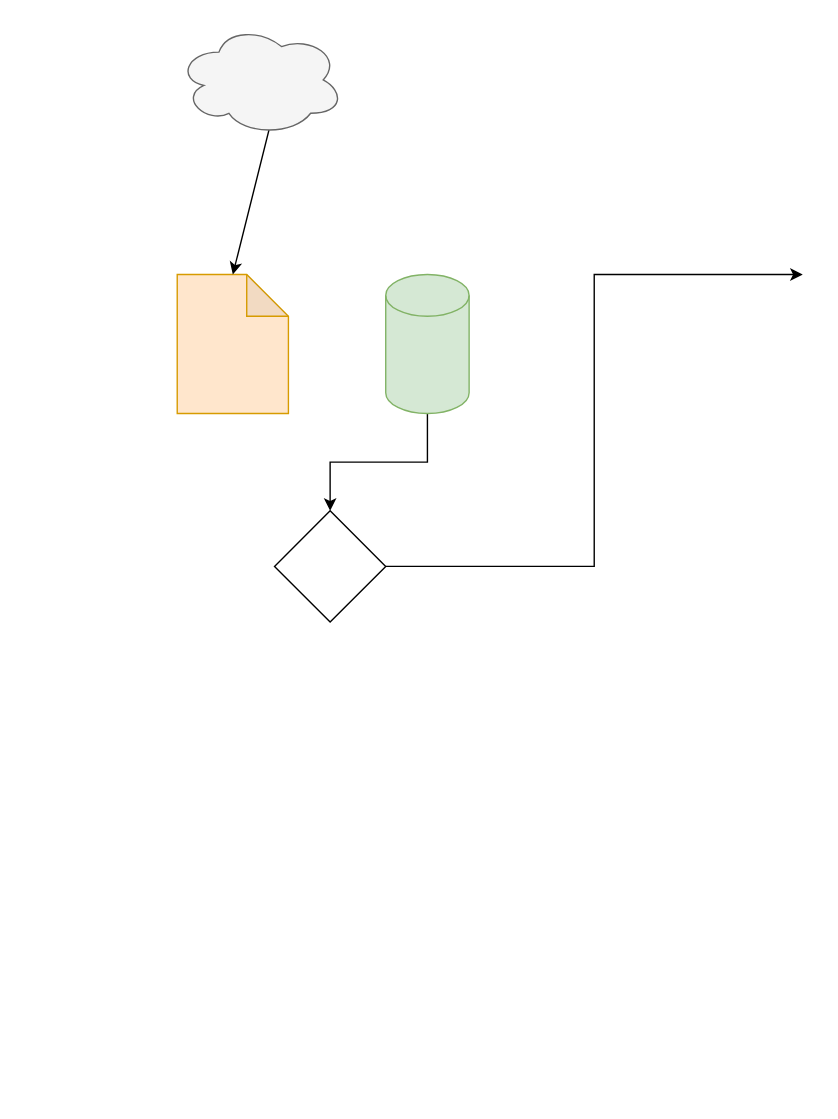
The draw.io diagram Untitled Diagram.drawio in xu-xy/myblog, before the edit. Source tidied: cells renumbered, new cells numbered last; positions are measured from the earlier drawing's top-left corner, leaving out a move shared by most shapes. Both pictures are drawn from the tidied source at 139%, with x=0, y=0 at pixel (177, 24).
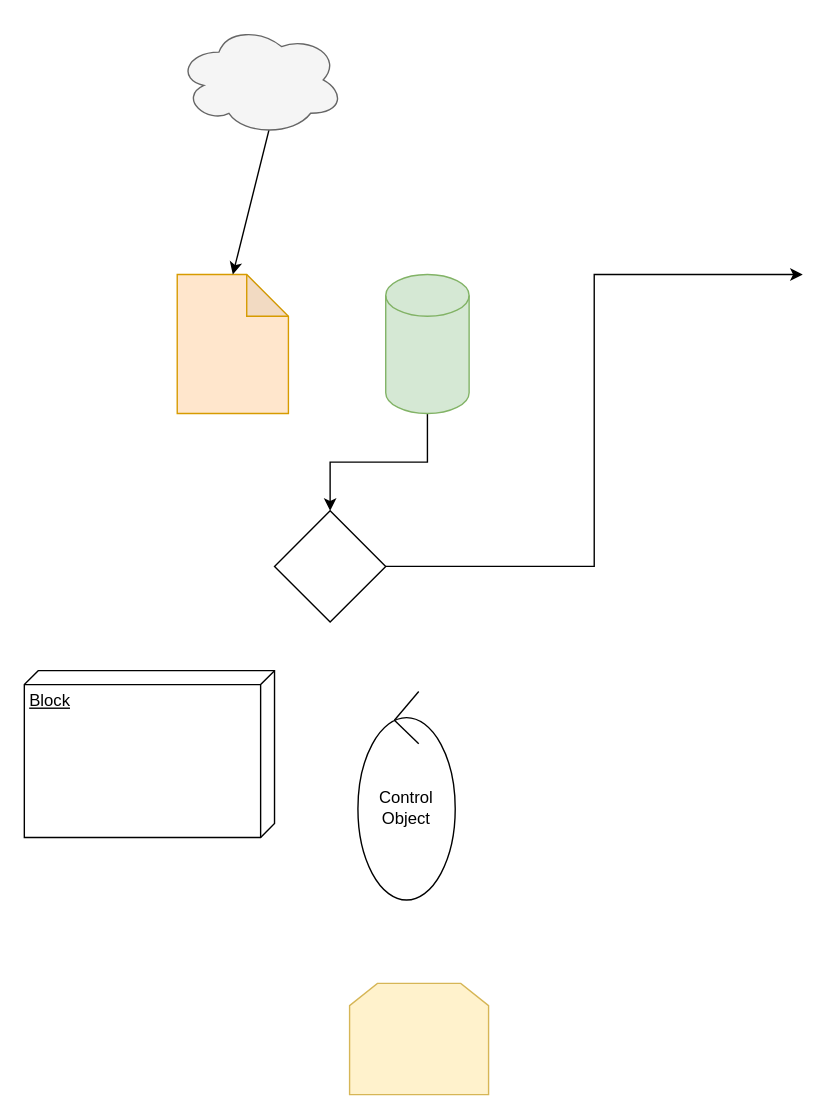
After the change.

The edit, as a diff of the source:
```diff
@@
 <mxGraphModel>
   <root>
     <mxCell id="0" />
     <mxCell id="1" parent="0" />
     <mxCell id="2" style="shape=note;whiteSpace=wrap;html=1;backgroundOutline=1;darkOpacity=0.05;fillColor=#ffe6cc;strokeColor=#d79b00;" parent="1" vertex="1">
       <mxGeometry y="180" width="80" height="100" as="geometry" />
     </mxCell>
     <mxCell id="3" style="edgeStyle=orthogonalEdgeStyle;rounded=0;jettySize=auto;html=1;exitX=0.5;exitY=1;exitDx=0;exitDy=0;exitPerimeter=0;entryX=0.5;entryY=0;entryDx=0;entryDy=0;" parent="1" edge="1" source="4" target="8">
       <mxGeometry relative="1" as="geometry" />
     </mxCell>
     <mxCell id="4" style="shape=cylinder3;whiteSpace=wrap;html=1;boundedLbl=1;backgroundOutline=1;size=15;fillColor=#d5e8d4;strokeColor=#82b366;" parent="1" vertex="1">
       <mxGeometry x="150" y="180" width="60" height="100" as="geometry" />
     </mxCell>
     <mxCell id="5" style="edgeStyle=none;rounded=0;jettySize=auto;html=1;exitX=0.55;exitY=0.95;exitDx=0;exitDy=0;exitPerimeter=0;entryX=0.5;entryY=0;entryDx=0;entryDy=0;entryPerimeter=0;" parent="1" edge="1" source="6" target="2">
       <mxGeometry relative="1" as="geometry" />
     </mxCell>
     <mxCell id="6" style="ellipse;shape=cloud;whiteSpace=wrap;html=1;fillColor=#f5f5f5;strokeColor=#666666;fontColor=#333333;" parent="1" vertex="1">
       <mxGeometry width="120" height="80" as="geometry" />
     </mxCell>
     <mxCell id="7" style="edgeStyle=elbowEdgeStyle;rounded=0;jettySize=auto;html=1;exitX=1;exitY=0.5;exitDx=0;exitDy=0;" parent="1" edge="1" source="8">
       <mxGeometry relative="1" as="geometry">
         <mxPoint x="450" y="180" as="targetPoint" />
       </mxGeometry>
     </mxCell>
     <mxCell id="8" style="rhombus;whiteSpace=wrap;html=1;" parent="1" vertex="1">
       <mxGeometry x="70" y="350" width="80" height="80" as="geometry" />
     </mxCell>
+    <mxCell id="9" value="Block" style="verticalAlign=top;align=left;spacingTop=8;spacingLeft=2;spacingRight=12;shape=cube;size=10;direction=south;fontStyle=4;html=1;" parent="1" vertex="1">
+      <mxGeometry x="-110" y="465" width="180" height="120" as="geometry" />
+    </mxCell>
+    <mxCell id="10" value="Control Object" style="ellipse;shape=umlControl;whiteSpace=wrap;html=1;" parent="1" vertex="1">
+      <mxGeometry x="130" y="480" width="70" height="150" as="geometry" />
+    </mxCell>
+    <mxCell id="11" style="shape=loopLimit;whiteSpace=wrap;html=1;fillColor=#fff2cc;strokeColor=#d6b656;" parent="1" vertex="1">
+      <mxGeometry x="124" y="690" width="100" height="80" as="geometry" />
+    </mxCell>
   </root>
 </mxGraphModel>
```
